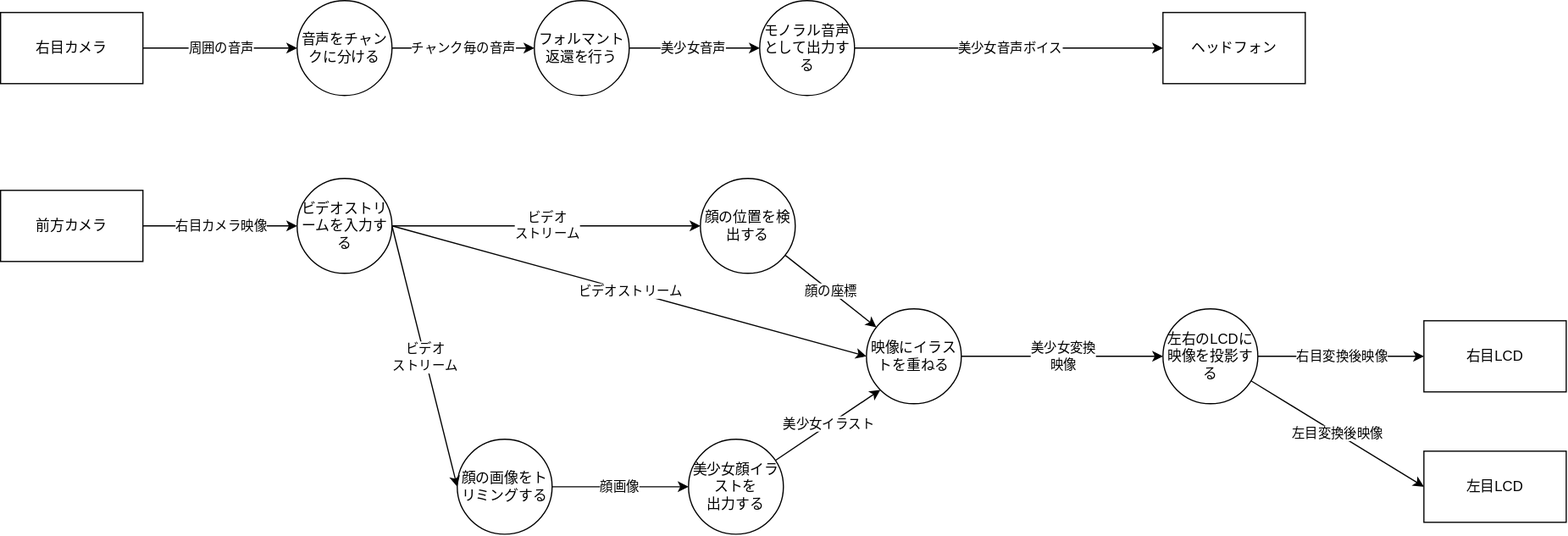
The draw.io diagram 人類ギャルゲー化計画/images/dfd0.drawio.svg in gakutosasabe/HearExpansion, before a commit. Source tidied: cells renumbered, new cells last; positions are measured from the earlier drawing's top-left corner, leaving out a move shared by most shapes.
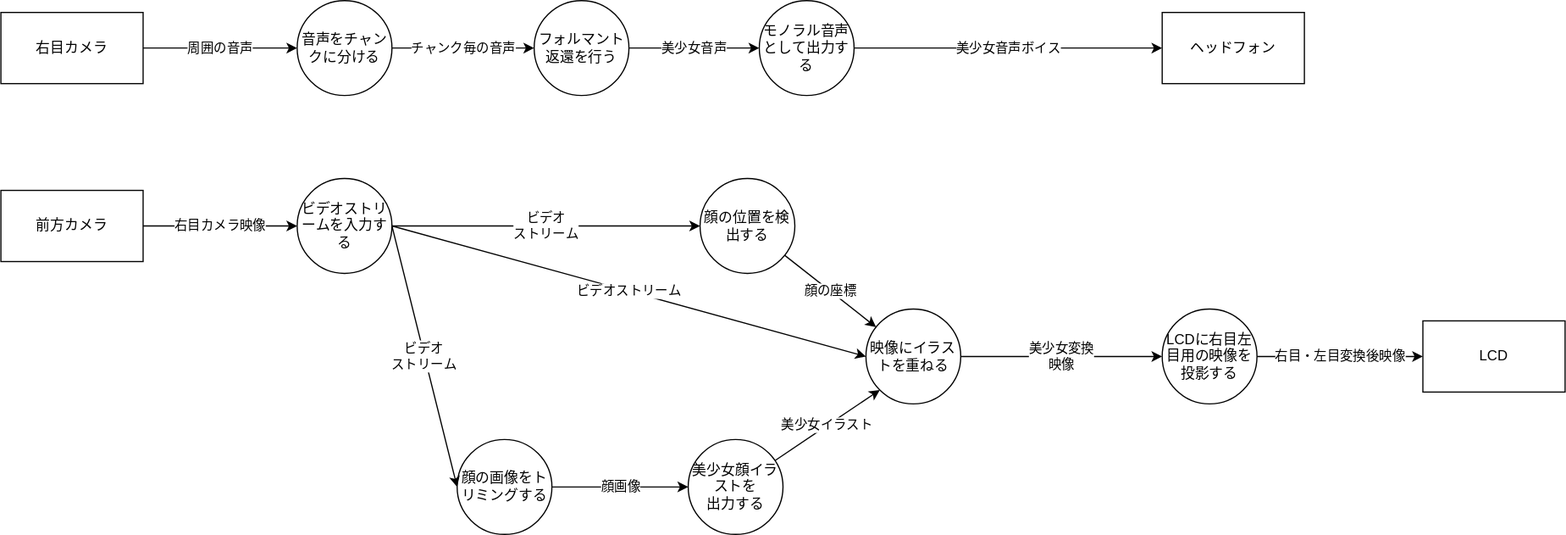
Later version of the same file.

Change to the diagram source:
```diff
@@ -75,20 +75,14 @@
     <mxCell id="24" value="ヘッドフォン" style="rounded=0;whiteSpace=wrap;html=1;" parent="1" vertex="1">
       <mxGeometry x="980" y="10" width="120" height="60" as="geometry" />
     </mxCell>
-    <mxCell id="25" value="右目変換後映像" style="edgeStyle=none;html=1;entryX=0;entryY=0.5;entryDx=0;entryDy=0;" parent="1" edge="1" source="27" target="28">
+    <mxCell id="25" value="右目・左目変換後映像" style="edgeStyle=none;html=1;entryX=0;entryY=0.5;entryDx=0;entryDy=0;" parent="1" edge="1" source="27" target="28">
       <mxGeometry relative="1" as="geometry" />
     </mxCell>
-    <mxCell id="26" value="左目変換後映像" style="edgeStyle=none;html=1;entryX=0;entryY=0.5;entryDx=0;entryDy=0;" parent="1" edge="1" source="27" target="29">
-      <mxGeometry relative="1" as="geometry" />
-    </mxCell>
-    <mxCell id="27" value="左右のLCDに映像を投影する" style="ellipse;whiteSpace=wrap;html=1;" parent="1" vertex="1">
+    <mxCell id="27" value="LCDに右目左目用の映像を投影する" style="ellipse;whiteSpace=wrap;html=1;" parent="1" vertex="1">
       <mxGeometry x="980" y="260" width="80" height="80" as="geometry" />
     </mxCell>
-    <mxCell id="28" value="右目LCD" style="rounded=0;whiteSpace=wrap;html=1;" parent="1" vertex="1">
+    <mxCell id="28" value="LCD" style="rounded=0;whiteSpace=wrap;html=1;" parent="1" vertex="1">
       <mxGeometry x="1200" y="270" width="120" height="60" as="geometry" />
     </mxCell>
-    <mxCell id="29" value="左目LCD" style="rounded=0;whiteSpace=wrap;html=1;" parent="1" vertex="1">
-      <mxGeometry x="1200" y="380" width="120" height="60" as="geometry" />
-    </mxCell>
   </root>
 </mxGraphModel>
```
